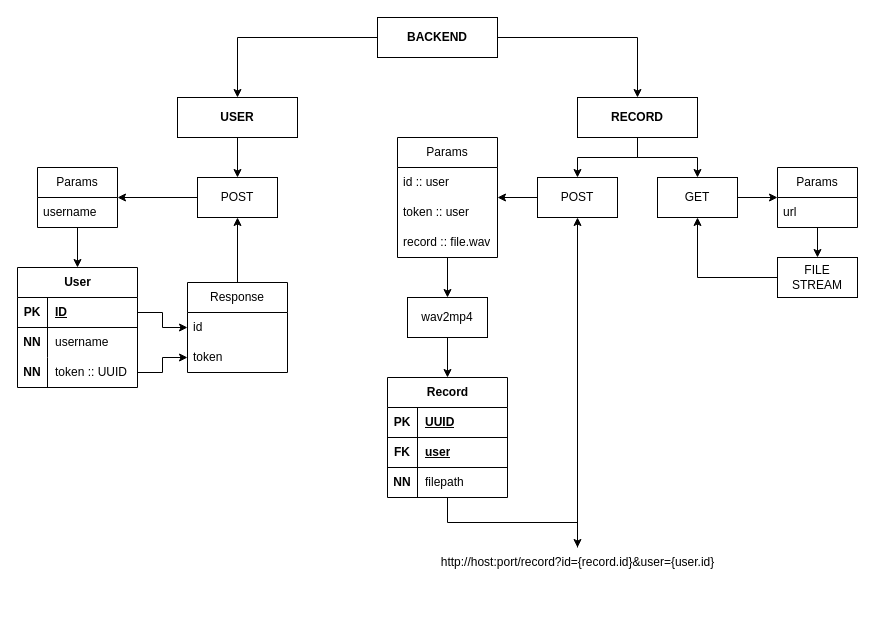
Earlier version of the draw.io diagram WebDevelopment/staff-prof.ru/Task_2/data/Diagram.drawio (ames0k0/TestWork). Source tidied: cells renumbered, new cells numbered last; positions are measured from the earlier drawing's top-left corner, leaving out a move shared by most shapes. Both pictures are drawn from the tidied source at 100%, with x=0, y=0 at pixel (17, 17).
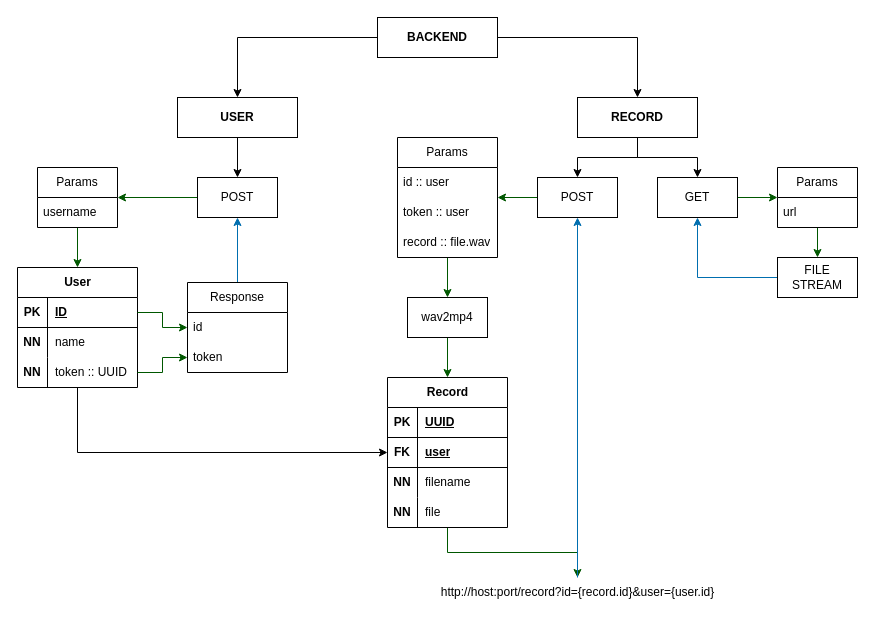
The same page after the edit.

Unchanged cells that the change refers to:
```xml
<mxCell id="11" value="POST" style="whiteSpace=wrap;html=1;" parent="1" vertex="1">
  <mxGeometry x="180" y="160" width="80" height="40" as="geometry" />
</mxCell>
<mxCell id="13" value="Params" style="swimlane;fontStyle=0;horizontal=1;startSize=30;whiteSpace=wrap;html=1;" parent="1" vertex="1">
  <mxGeometry x="20" y="150" width="80" height="60" as="geometry" />
</mxCell>
<mxCell id="15" value="User" style="shape=table;startSize=30;childLayout=tableLayout;rowLines=0;fontStyle=1;align=center;html=1;" parent="1" vertex="1">
  <mxGeometry y="250" width="120" height="120" as="geometry" />
</mxCell>
<mxCell id="16" style="shape=tableRow;horizontal=0;startSize=0;swimlaneHead=0;swimlaneBody=0;fillColor=none;points=[[0,0.5],[1,0.5]];portConstraint=eastwest;top=0;left=0;right=0;bottom=1;" parent="15" vertex="1">
  <mxGeometry y="30" width="120" height="30" as="geometry" />
</mxCell>
<mxCell id="19" style="shape=tableRow;horizontal=0;startSize=0;swimlaneHead=0;swimlaneBody=0;fillColor=none;top=0;left=0;right=0;bottom=0;" parent="15" vertex="1">
  <mxGeometry y="60" width="120" height="30" as="geometry" />
</mxCell>
<mxCell id="22" style="shape=tableRow;horizontal=0;startSize=0;swimlaneHead=0;swimlaneBody=0;fillColor=none;points=[[0,0.5],[1,0.5]];portConstraint=eastwest;top=0;left=0;right=0;bottom=0;" parent="15" vertex="1">
  <mxGeometry y="90" width="120" height="30" as="geometry" />
</mxCell>
<mxCell id="26" value="Response" style="swimlane;fontStyle=0;horizontal=1;startSize=30;whiteSpace=wrap;html=1;" parent="1" vertex="1">
  <mxGeometry x="170" y="265" width="100" height="90" as="geometry" />
</mxCell>
<mxCell id="27" value="id" style="text;strokeColor=none;fillColor=none;align=left;verticalAlign=middle;spacingLeft=4;spacingRight=4;overflow=hidden;points=[[0,0.5],[1,0.5]];portConstraint=eastwest;whiteSpace=wrap;html=1;" parent="26" vertex="1">
  <mxGeometry y="30" width="100" height="30" as="geometry" />
</mxCell>
<mxCell id="28" value="token" style="text;strokeColor=none;fillColor=none;align=left;verticalAlign=middle;spacingLeft=4;spacingRight=4;overflow=hidden;points=[[0,0.5],[1,0.5]];portConstraint=eastwest;whiteSpace=wrap;html=1;" parent="26" vertex="1">
  <mxGeometry y="60" width="100" height="30" as="geometry" />
</mxCell>
<mxCell id="32" value="POST" style="whiteSpace=wrap;html=1;" parent="1" vertex="1">
  <mxGeometry x="520" y="160" width="80" height="40" as="geometry" />
</mxCell>
<mxCell id="34" value="Params" style="swimlane;fontStyle=0;horizontal=1;startSize=30;whiteSpace=wrap;html=1;" parent="1" vertex="1">
  <mxGeometry x="380" y="120" width="100" height="120" as="geometry" />
</mxCell>
<mxCell id="43" style="shape=tableRow;horizontal=0;startSize=0;swimlaneHead=0;swimlaneBody=0;fillColor=none;points=[[0,0.5],[1,0.5]];portConstraint=eastwest;top=0;left=0;right=0;bottom=1;" parent="39" vertex="1">
  <mxGeometry y="60" width="120" height="30" as="geometry" />
</mxCell>
<mxCell id="46" style="shape=tableRow;horizontal=0;startSize=0;swimlaneHead=0;swimlaneBody=0;fillColor=none;top=0;left=0;right=0;bottom=0;" parent="39" vertex="1">
  <mxGeometry y="90" width="120" height="30" as="geometry" />
</mxCell>
<mxCell id="50" value="wav2mp4" style="whiteSpace=wrap;html=1;" parent="1" vertex="1">
  <mxGeometry x="390" y="280" width="80" height="40" as="geometry" />
</mxCell>
<mxCell id="54" value="GET" style="whiteSpace=wrap;html=1;" parent="1" vertex="1">
  <mxGeometry x="640" y="160" width="80" height="40" as="geometry" />
</mxCell>
<mxCell id="56" value="Params" style="swimlane;fontStyle=0;horizontal=1;startSize=30;whiteSpace=wrap;html=1;" parent="1" vertex="1">
  <mxGeometry x="760" y="150" width="80" height="60" as="geometry" />
</mxCell>
<mxCell id="59" value="FILE&lt;div&gt;&lt;span style=&quot;background-color: transparent; color: light-dark(rgb(0, 0, 0), rgb(255, 255, 255));&quot;&gt;STREAM&lt;/span&gt;&lt;/div&gt;" style="whiteSpace=wrap;html=1;fontStyle=0;startSize=30;" parent="1" vertex="1">
  <mxGeometry x="760" y="240" width="80" height="40" as="geometry" />
</mxCell>
```

Diff of the diagram source:
```diff
@@
-    <mxCell id="10" style="edgeStyle=orthogonalEdgeStyle;rounded=0;jettySize=auto;html=1;" parent="1" edge="1" source="11" target="13">
+    <mxCell id="10" style="edgeStyle=orthogonalEdgeStyle;rounded=0;jettySize=auto;html=1;fillColor=#008a00;strokeColor=#005700;" parent="1" edge="1" source="11" target="13">
       <mxGeometry relative="1" as="geometry" />
     </mxCell>
@@
-    <mxCell id="12" style="edgeStyle=orthogonalEdgeStyle;rounded=0;jettySize=auto;html=1;" parent="1" edge="1" source="13" target="15">
+    <mxCell id="12" style="edgeStyle=orthogonalEdgeStyle;rounded=0;jettySize=auto;html=1;fillColor=#008a00;strokeColor=#005700;" parent="1" edge="1" source="13" target="15">
       <mxGeometry relative="1" as="geometry" />
     </mxCell>
@@
+    <mxCell id="60" style="edgeStyle=orthogonalEdgeStyle;rounded=0;jettySize=auto;html=1;" parent="1" edge="1" source="15" target="43">
+      <mxGeometry relative="1" as="geometry" />
+    </mxCell>
@@
-    <mxCell id="21" value="username" style="shape=partialRectangle;fillColor=none;top=0;left=0;bottom=0;right=0;align=left;spacingLeft=6;overflow=hidden;whiteSpace=wrap;html=1;" parent="19" vertex="1">
+    <mxCell id="21" value="name" style="shape=partialRectangle;fillColor=none;top=0;left=0;bottom=0;right=0;align=left;spacingLeft=6;overflow=hidden;whiteSpace=wrap;html=1;" parent="19" vertex="1">
       <mxGeometry x="30" width="90" height="30" as="geometry" />
     </mxCell>
@@
-    <mxCell id="25" style="edgeStyle=orthogonalEdgeStyle;rounded=0;jettySize=auto;html=1;" parent="1" edge="1" source="26" target="11">
+    <mxCell id="25" style="edgeStyle=orthogonalEdgeStyle;rounded=0;jettySize=auto;html=1;fillColor=#1ba1e2;strokeColor=#006EAF;" parent="1" edge="1" source="26" target="11">
       <mxGeometry relative="1" as="geometry" />
     </mxCell>
@@
-    <mxCell id="29" style="edgeStyle=orthogonalEdgeStyle;rounded=0;jettySize=auto;html=1;" parent="1" edge="1" source="16" target="27">
+    <mxCell id="29" style="edgeStyle=orthogonalEdgeStyle;rounded=0;jettySize=auto;html=1;fillColor=#008a00;strokeColor=#005700;" parent="1" edge="1" source="16" target="27">
       <mxGeometry relative="1" as="geometry" />
     </mxCell>
-    <mxCell id="30" style="edgeStyle=orthogonalEdgeStyle;rounded=0;jettySize=auto;html=1;" parent="1" edge="1" source="22" target="28">
+    <mxCell id="30" style="edgeStyle=orthogonalEdgeStyle;rounded=0;jettySize=auto;html=1;fillColor=#008a00;strokeColor=#005700;" parent="1" edge="1" source="22" target="28">
       <mxGeometry relative="1" as="geometry" />
     </mxCell>
-    <mxCell id="31" style="edgeStyle=orthogonalEdgeStyle;rounded=0;jettySize=auto;html=1;" parent="1" edge="1" source="32" target="34">
+    <mxCell id="31" style="edgeStyle=orthogonalEdgeStyle;rounded=0;jettySize=auto;html=1;fillColor=#008a00;strokeColor=#005700;" parent="1" edge="1" source="32" target="34">
       <mxGeometry relative="1" as="geometry" />
     </mxCell>
@@
-    <mxCell id="33" style="edgeStyle=orthogonalEdgeStyle;rounded=0;jettySize=auto;html=1;" parent="1" edge="1" source="34" target="50">
+    <mxCell id="33" style="edgeStyle=orthogonalEdgeStyle;rounded=0;jettySize=auto;html=1;fillColor=#008a00;strokeColor=#005700;" parent="1" edge="1" source="34" target="50">
       <mxGeometry relative="1" as="geometry" />
     </mxCell>
@@
-    <mxCell id="38" style="edgeStyle=orthogonalEdgeStyle;rounded=0;jettySize=auto;html=1;" parent="1" edge="1" source="39" target="52">
+    <mxCell id="38" style="edgeStyle=orthogonalEdgeStyle;rounded=0;jettySize=auto;html=1;fillColor=#008a00;strokeColor=#005700;" parent="1" edge="1" source="39" target="52">
       <mxGeometry relative="1" as="geometry" />
     </mxCell>
     <mxCell id="39" value="Record" style="shape=table;startSize=30;childLayout=tableLayout;rowLines=0;fontStyle=1;align=center;html=1;" parent="1" vertex="1">
-      <mxGeometry x="370" y="360" width="120" height="120" as="geometry" />
+      <mxGeometry x="370" y="360" width="120" height="150" as="geometry" />
     </mxCell>
@@
-    <mxCell id="48" value="filepath" style="shape=partialRectangle;fillColor=none;top=0;left=0;bottom=0;right=0;align=left;spacingLeft=6;overflow=hidden;whiteSpace=wrap;html=1;" parent="46" vertex="1">
+    <mxCell id="48" value="filename" style="shape=partialRectangle;fillColor=none;top=0;left=0;bottom=0;right=0;align=left;spacingLeft=6;overflow=hidden;whiteSpace=wrap;html=1;" parent="46" vertex="1">
       <mxGeometry x="30" width="90" height="30" as="geometry" />
     </mxCell>
+    <mxCell id="61" style="shape=tableRow;horizontal=0;startSize=0;swimlaneHead=0;swimlaneBody=0;fillColor=none;top=0;left=0;right=0;bottom=0;" parent="39" vertex="1">
+      <mxGeometry y="120" width="120" height="30" as="geometry" />
+    </mxCell>
+    <mxCell id="62" value="&lt;b&gt;NN&lt;/b&gt;" style="shape=partialRectangle;fillColor=none;top=0;left=0;bottom=0;right=0;overflow=hidden;whiteSpace=wrap;html=1;" parent="61" vertex="1">
+      <mxGeometry width="30" height="30" as="geometry" />
+    </mxCell>
+    <mxCell id="63" value="file" style="shape=partialRectangle;fillColor=none;top=0;left=0;bottom=0;right=0;align=left;spacingLeft=6;overflow=hidden;whiteSpace=wrap;html=1;" parent="61" vertex="1">
+      <mxGeometry x="30" width="90" height="30" as="geometry" />
+    </mxCell>
-    <mxCell id="49" style="edgeStyle=orthogonalEdgeStyle;rounded=0;jettySize=auto;html=1;" parent="1" edge="1" source="50" target="39">
+    <mxCell id="49" style="edgeStyle=orthogonalEdgeStyle;rounded=0;jettySize=auto;html=1;fillColor=#008a00;strokeColor=#005700;" parent="1" edge="1" source="50" target="39">
       <mxGeometry relative="1" as="geometry" />
     </mxCell>
@@
-    <mxCell id="51" style="edgeStyle=orthogonalEdgeStyle;rounded=0;jettySize=auto;html=1;" parent="1" edge="1" source="52" target="32">
+    <mxCell id="51" style="edgeStyle=orthogonalEdgeStyle;rounded=0;jettySize=auto;html=1;fillColor=#1ba1e2;strokeColor=#006EAF;" parent="1" edge="1" source="52" target="32">
       <mxGeometry relative="1" as="geometry" />
     </mxCell>
     <mxCell id="52" value="http://host:port/record?id={record.id}&amp;amp;user={user.id}" style="text;html=1;align=center;verticalAlign=middle;points=[];strokeColor=none;fillColor=none;" parent="1" vertex="1">
-      <mxGeometry x="410" y="530" width="300" height="30" as="geometry" />
+      <mxGeometry x="410" y="560" width="300" height="30" as="geometry" />
     </mxCell>
-    <mxCell id="53" style="edgeStyle=orthogonalEdgeStyle;rounded=0;jettySize=auto;html=1;" parent="1" edge="1" source="54" target="56">
+    <mxCell id="53" style="edgeStyle=orthogonalEdgeStyle;rounded=0;jettySize=auto;html=1;fillColor=#008a00;strokeColor=#005700;" parent="1" edge="1" source="54" target="56">
       <mxGeometry relative="1" as="geometry" />
     </mxCell>
@@
-    <mxCell id="55" style="edgeStyle=orthogonalEdgeStyle;rounded=0;jettySize=auto;html=1;" parent="1" edge="1" source="56" target="59">
+    <mxCell id="55" style="edgeStyle=orthogonalEdgeStyle;rounded=0;jettySize=auto;html=1;fillColor=#008a00;strokeColor=#005700;" parent="1" edge="1" source="56" target="59">
       <mxGeometry relative="1" as="geometry" />
     </mxCell>
@@
-    <mxCell id="58" style="edgeStyle=orthogonalEdgeStyle;rounded=0;jettySize=auto;html=1;" parent="1" edge="1" source="59" target="54">
+    <mxCell id="58" style="edgeStyle=orthogonalEdgeStyle;rounded=0;jettySize=auto;html=1;fillColor=#1ba1e2;strokeColor=#006EAF;" parent="1" edge="1" source="59" target="54">
       <mxGeometry relative="1" as="geometry" />
     </mxCell>
```
